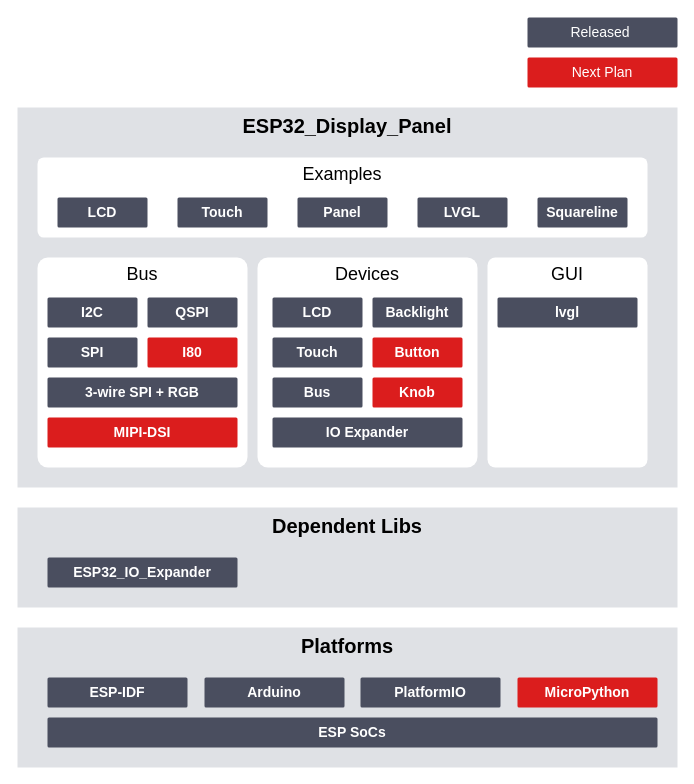
This is docs/_static/block_diagram.drawio from esp-arduino-libs/ESP32_Display_Panel, a draw.io file, before an edit. Source tidied: cells renumbered, new cells numbered last; positions are measured from the earlier drawing's top-left corner, leaving out a move shared by most shapes. Both pictures are drawn from the tidied source at 100%, with x=0, y=0 at pixel (17, 17).
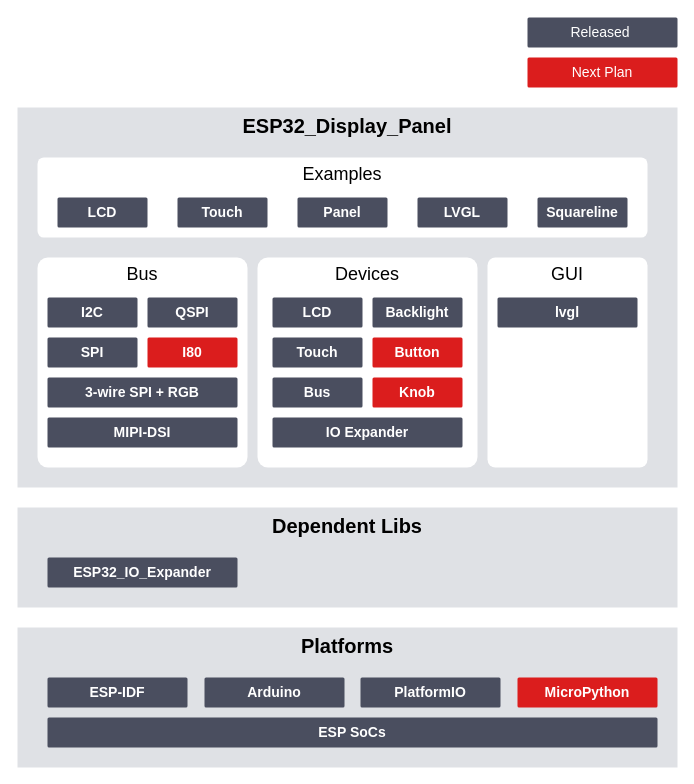
Above is the later version.

The edit, as a diff of the source:
```diff
@@
-    <mxCell id="25" value="&lt;b&gt;&lt;font color=&quot;#ffffff&quot;&gt;MIPI-DSI&lt;/font&gt;&lt;/b&gt;" style="rounded=1;whiteSpace=wrap;html=1;verticalAlign=middle;fillColor=#DB1D1D;strokeColor=none;fontColor=#000000;fontSize=14;gradientColor=none;arcSize=5;strokeWidth=2;" parent="1" vertex="1">
+    <mxCell id="25" value="&lt;b&gt;&lt;font color=&quot;#ffffff&quot;&gt;MIPI-DSI&lt;/font&gt;&lt;/b&gt;" style="rounded=1;whiteSpace=wrap;html=1;verticalAlign=middle;fillColor=#4A4E5F;strokeColor=none;fontColor=#000000;fontSize=14;gradientColor=none;arcSize=5;strokeWidth=2;" parent="1" vertex="1">
       <mxGeometry x="30" y="400" width="190" height="30" as="geometry" />
     </mxCell>
```
